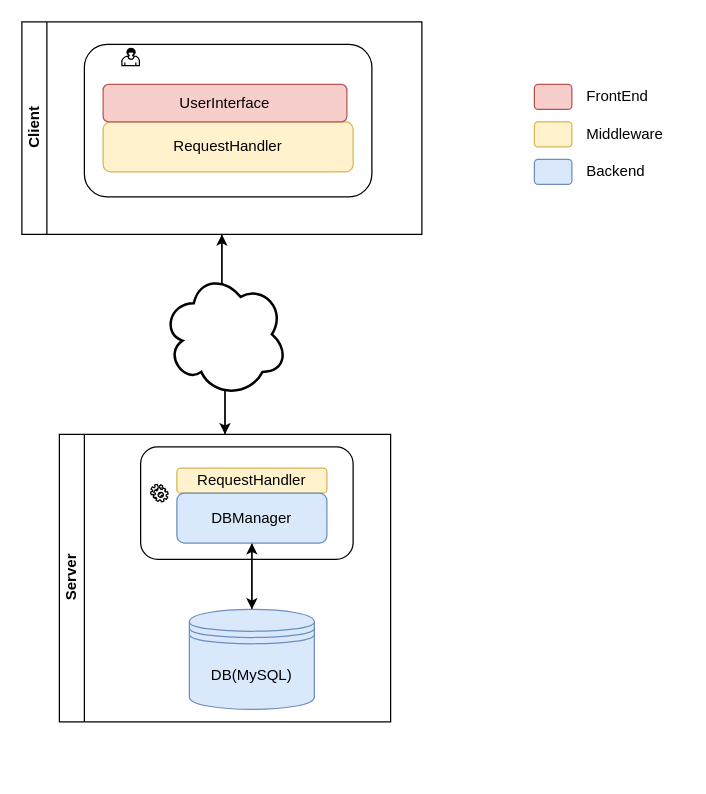
Above: schemes/SYSTEM_ARCHITECTURE.drawio in SpeedJack/lsmsd0 (draw.io), before the change. Source tidied: cells renumbered, new cells numbered last; positions are measured from the earlier drawing's top-left corner, leaving out a move shared by most shapes. Both pictures are drawn from the tidied source at 125%, with x=0, y=0 at pixel (21, 21).
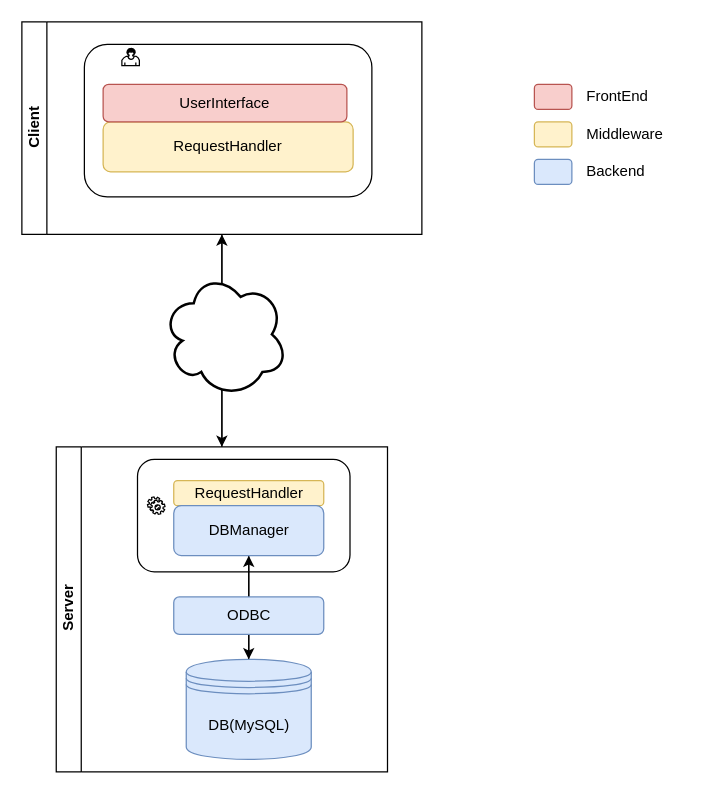
The same diagram, later.

Commit message (it also covers changes not shown here):
Aggiunto trigger DB controllo inserimento prenotazioni posti e data, aggiornata documentazione, aggiornato diagramma casi d'uso e aggiunto diagramma system architecture

What changed in the source:
```diff
@@
     <mxCell id="3" value="Server&lt;br&gt;" style="swimlane;html=1;horizontal=0;startSize=20;" parent="1" vertex="1">
-      <mxGeometry x="30" y="330" width="265" height="230" as="geometry" />
+      <mxGeometry x="27.5" y="340" width="265" height="260" as="geometry" />
     </mxCell>
@@
     <mxCell id="6" value="DB(MySQL)" style="shape=datastore;whiteSpace=wrap;html=1;fillColor=#dae8fc;strokeColor=#6c8ebf;" parent="3" vertex="1">
-      <mxGeometry x="104" y="140" width="100" height="80" as="geometry" />
+      <mxGeometry x="104" y="170" width="100" height="80" as="geometry" />
     </mxCell>
@@
+    <mxCell id="24" value="ODBC" style="shape=ext;rounded=1;html=1;whiteSpace=wrap;fillColor=#dae8fc;strokeColor=#6c8ebf;" parent="3" vertex="1">
+      <mxGeometry x="94" y="120" width="120" height="30" as="geometry" />
+    </mxCell>
```
